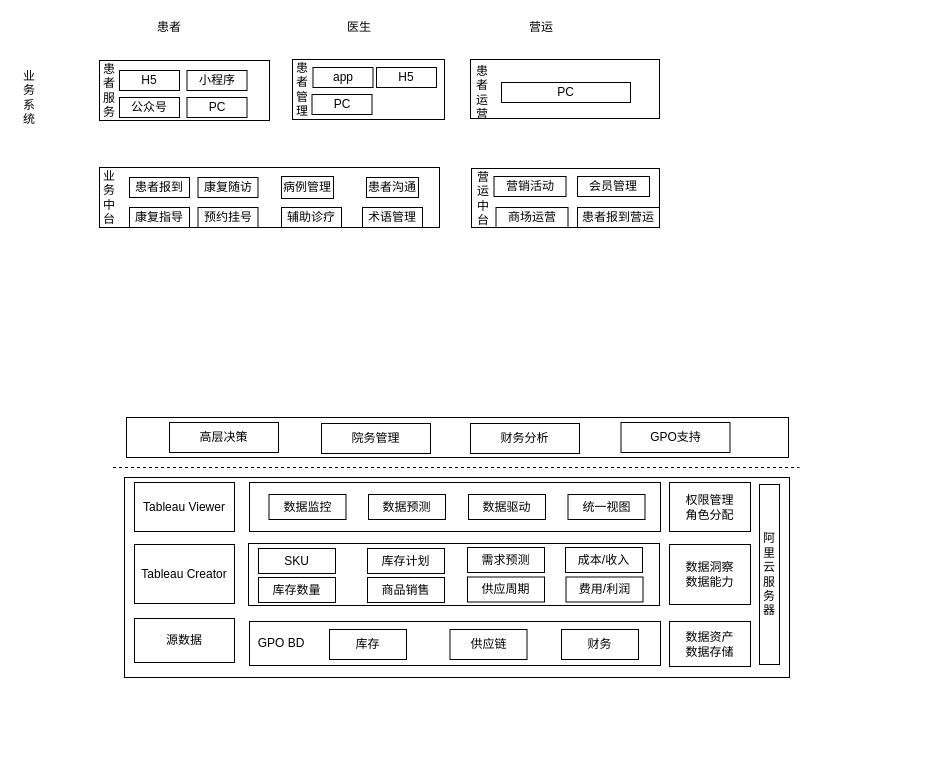
Above: Untitled Diagram.drawio in vectorxu/draw.io (draw.io), before the change. Source tidied: cells renumbered, new cells numbered last; positions are measured from the earlier drawing's top-left corner, leaving out a move shared by most shapes. Both pictures are drawn from the tidied source at 100%, with x=0, y=0 at pixel (19, 17).
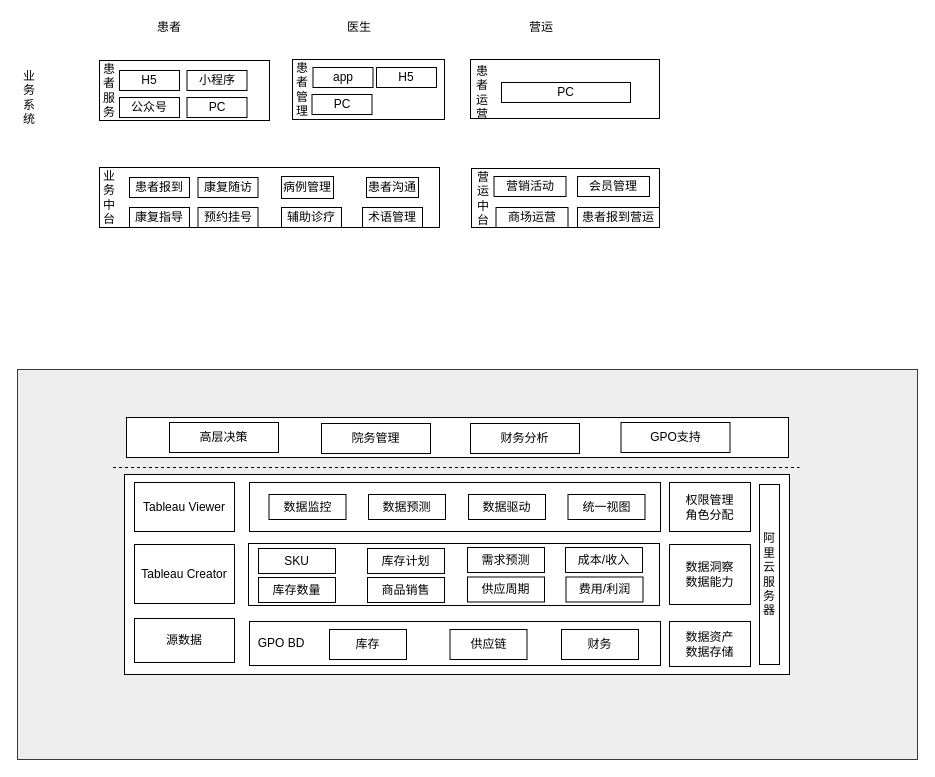
Above is the later version.

Diff of the diagram source:
```diff
@@
+    <mxCell id="69" style="rounded=0;whiteSpace=wrap;html=1;fillColor=#eeeeee;strokeColor=#36393d;" parent="1" vertex="1">
+      <mxGeometry x="-2" y="352" width="900" height="390" as="geometry" />
+    </mxCell>
@@
     <mxCell id="3" style="rounded=0;whiteSpace=wrap;html=1;" parent="1" vertex="1">
-      <mxGeometry x="105" y="460" width="665" height="200" as="geometry" />
+      <mxGeometry x="105" y="457" width="665" height="200" as="geometry" />
     </mxCell>
```
